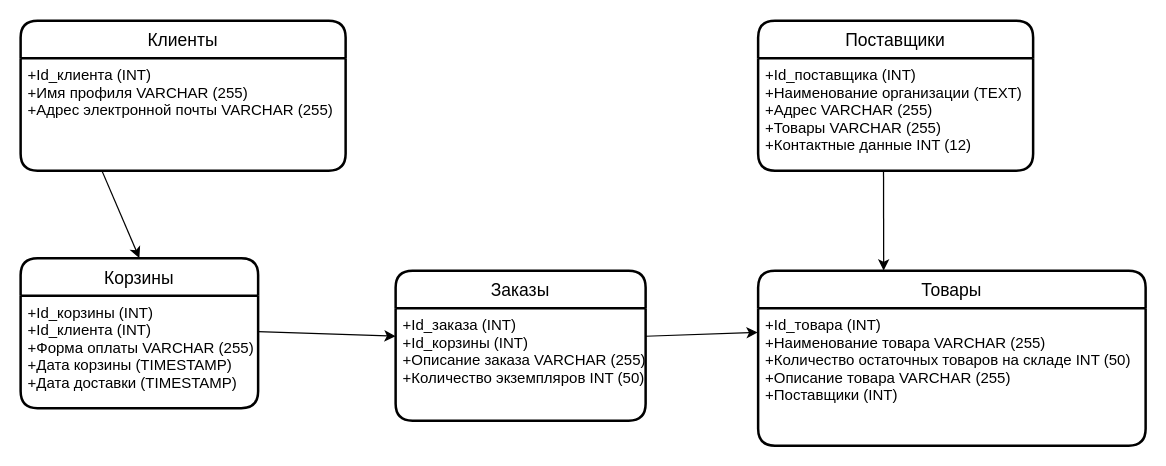
Above: Реляционная модель.drawio in Weintag/Database (draw.io), before the change. Source tidied: cells renumbered, new cells numbered last; positions are measured from the earlier drawing's top-left corner, leaving out a move shared by most shapes. Both pictures are drawn from the tidied source at 125%, with x=0, y=0 at pixel (20, 20).
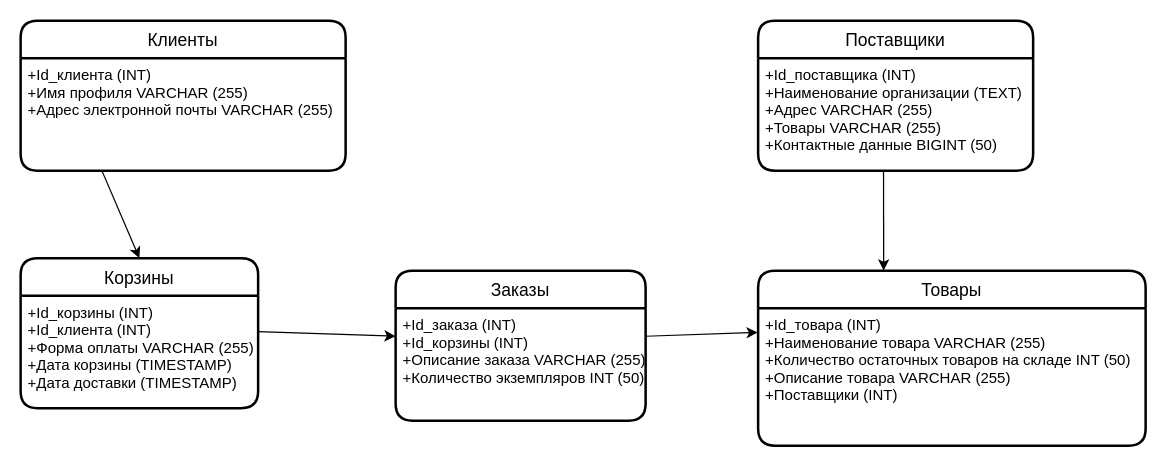
Above is the later version.

The edit, as a diff of the source:
```diff
@@
 <mxGraphModel>
   <root>
     <mxCell id="0" />
     <mxCell id="1" parent="0" />
     <mxCell id="2" value="Клиенты" style="swimlane;horizontal=1;startSize=30;rounded=1;fontSize=14;fontStyle=0;strokeWidth=2;shadow=0;dashed=0;align=center;" parent="1" vertex="1">
       <mxGeometry width="260" height="120" as="geometry" />
     </mxCell>
     <mxCell id="3" value="+Id_клиента (INT)&#10;+Имя профиля VARCHAR (255)&#10;+Адрес электронной почты VARCHAR (255)" style="align=left;strokeColor=none;fillColor=none;spacingLeft=4;fontSize=12;verticalAlign=top;" parent="2" vertex="1">
       <mxGeometry y="30" width="260" height="90" as="geometry" />
     </mxCell>
     <mxCell id="4" value="Поставщики" style="swimlane;horizontal=1;startSize=30;rounded=1;fontSize=14;fontStyle=0;strokeWidth=2;shadow=0;dashed=0;align=center;" parent="1" vertex="1">
       <mxGeometry x="590" width="220" height="120" as="geometry" />
     </mxCell>
-    <mxCell id="5" value="+Id_поставщика (INT)&#10;+Наименование организации (TEXT)&#10;+Адрес VARCHAR (255)&#10;+Товары VARCHAR (255)&#10;+Контактные данные INT (12)" style="align=left;strokeColor=none;fillColor=none;spacingLeft=4;fontSize=12;verticalAlign=top;fontStyle=0;" parent="4" vertex="1">
+    <mxCell id="5" value="+Id_поставщика (INT)&#10;+Наименование организации (TEXT)&#10;+Адрес VARCHAR (255)&#10;+Товары VARCHAR (255)&#10;+Контактные данные BIGINT (50)" style="align=left;strokeColor=none;fillColor=none;spacingLeft=4;fontSize=12;verticalAlign=top;fontStyle=0;" parent="4" vertex="1">
       <mxGeometry y="30" width="220" height="90" as="geometry" />
     </mxCell>
     <mxCell id="6" value="Корзины" style="swimlane;horizontal=1;startSize=30;rounded=1;fontSize=14;fontStyle=0;strokeWidth=2;shadow=0;dashed=0;align=center;" parent="1" vertex="1">
       <mxGeometry y="190" width="190" height="120" as="geometry" />
     </mxCell>
     <mxCell id="7" value="+Id_корзины (INT)&#10;+Id_клиента (INT)&#10;+Форма оплаты VARCHAR (255)&#10;+Дата корзины (TIMESTAMP)&#10;+Дата доставки (TIMESTAMP)" style="align=left;strokeColor=none;fillColor=none;spacingLeft=4;fontSize=12;verticalAlign=top;" parent="6" vertex="1">
       <mxGeometry y="30" width="190" height="90" as="geometry" />
     </mxCell>
     <mxCell id="8" value="Заказы" style="swimlane;horizontal=1;startSize=30;rounded=1;fontSize=14;fontStyle=0;strokeWidth=2;shadow=0;dashed=0;align=center;" parent="1" vertex="1">
       <mxGeometry x="300" y="200" width="200" height="120" as="geometry" />
     </mxCell>
     <mxCell id="9" value="+Id_заказа (INT)&#10;+Id_корзины (INT)&#10;+Описание заказа VARCHAR (255)&#10;+Количество экземпляров INT (50)&#10;" style="align=left;strokeColor=none;fillColor=none;spacingLeft=4;fontSize=12;verticalAlign=top;" parent="8" vertex="1">
       <mxGeometry y="30" width="200" height="90" as="geometry" />
     </mxCell>
     <mxCell id="10" value="Товары" style="swimlane;horizontal=1;startSize=30;rounded=1;fontSize=14;fontStyle=0;strokeWidth=2;shadow=0;dashed=0;align=center;" parent="1" vertex="1">
       <mxGeometry x="590" y="200" width="310" height="140" as="geometry" />
     </mxCell>
     <mxCell id="11" value="+Id_товара (INT)&#10;+Наименование товара VARCHAR (255)&#10;+Количество остаточных товаров на складе INT (50)&#10;+Описание товара VARCHAR (255)&#10;+Поставщики (INT)" style="align=left;strokeColor=none;fillColor=none;spacingLeft=4;fontSize=12;verticalAlign=top;" parent="10" vertex="1">
       <mxGeometry y="30" width="310" height="110" as="geometry" />
     </mxCell>
     <mxCell id="12" style="endArrow=classic;html=1;rounded=0;exitX=0.456;exitY=1.003;exitDx=0;exitDy=0;exitPerimeter=0;entryX=0.324;entryY=0;entryDx=0;entryDy=0;entryPerimeter=0;" parent="1" edge="1" source="5" target="10">
       <mxGeometry relative="1" as="geometry" />
     </mxCell>
     <mxCell id="13" style="endArrow=classic;html=1;rounded=0;exitX=0.25;exitY=1;exitDx=0;exitDy=0;entryX=0.5;entryY=0;entryDx=0;entryDy=0;" parent="1" edge="1" source="3" target="6">
       <mxGeometry relative="1" as="geometry" />
     </mxCell>
     <mxCell id="14" style="endArrow=classic;html=1;rounded=0;exitX=0.999;exitY=0.319;exitDx=0;exitDy=0;exitPerimeter=0;entryX=0;entryY=0.25;entryDx=0;entryDy=0;" parent="1" edge="1" source="7" target="9">
       <mxGeometry relative="1" as="geometry" />
     </mxCell>
     <mxCell id="15" style="endArrow=classic;html=1;rounded=0;exitX=1;exitY=0.25;exitDx=0;exitDy=0;entryX=-0.001;entryY=0.177;entryDx=0;entryDy=0;entryPerimeter=0;" parent="1" edge="1" source="9" target="11">
       <mxGeometry relative="1" as="geometry" />
     </mxCell>
   </root>
 </mxGraphModel>
```
